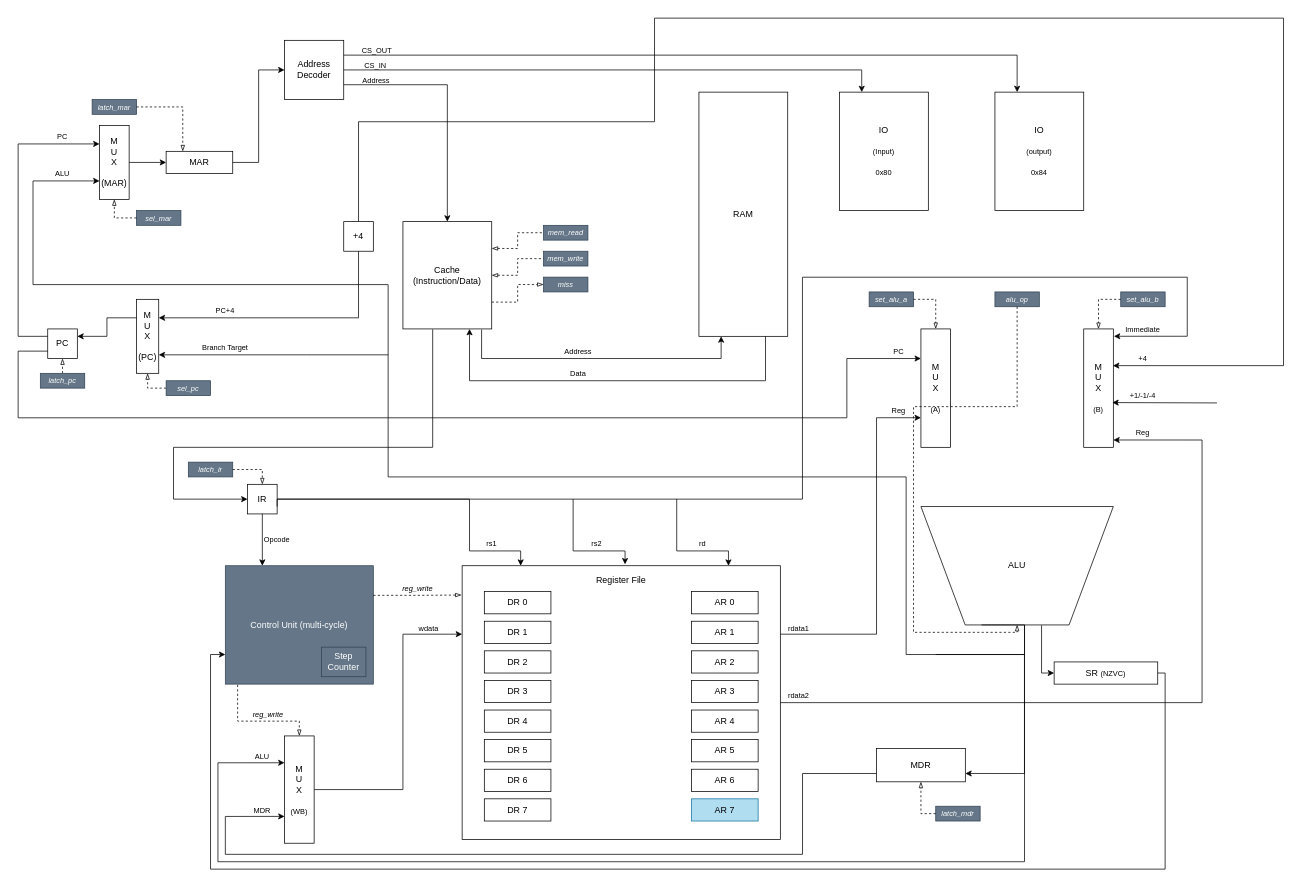
This is m68k_neum_cache.drawio from tetraminomusic/ak_lab3_scheme, a draw.io file, before an edit. Source tidied: cells renumbered, new cells numbered last; positions are measured from the earlier drawing's top-left corner, leaving out a move shared by most shapes. Both pictures are drawn from the tidied source at 74%, with x=0, y=0 at pixel (18, 18).
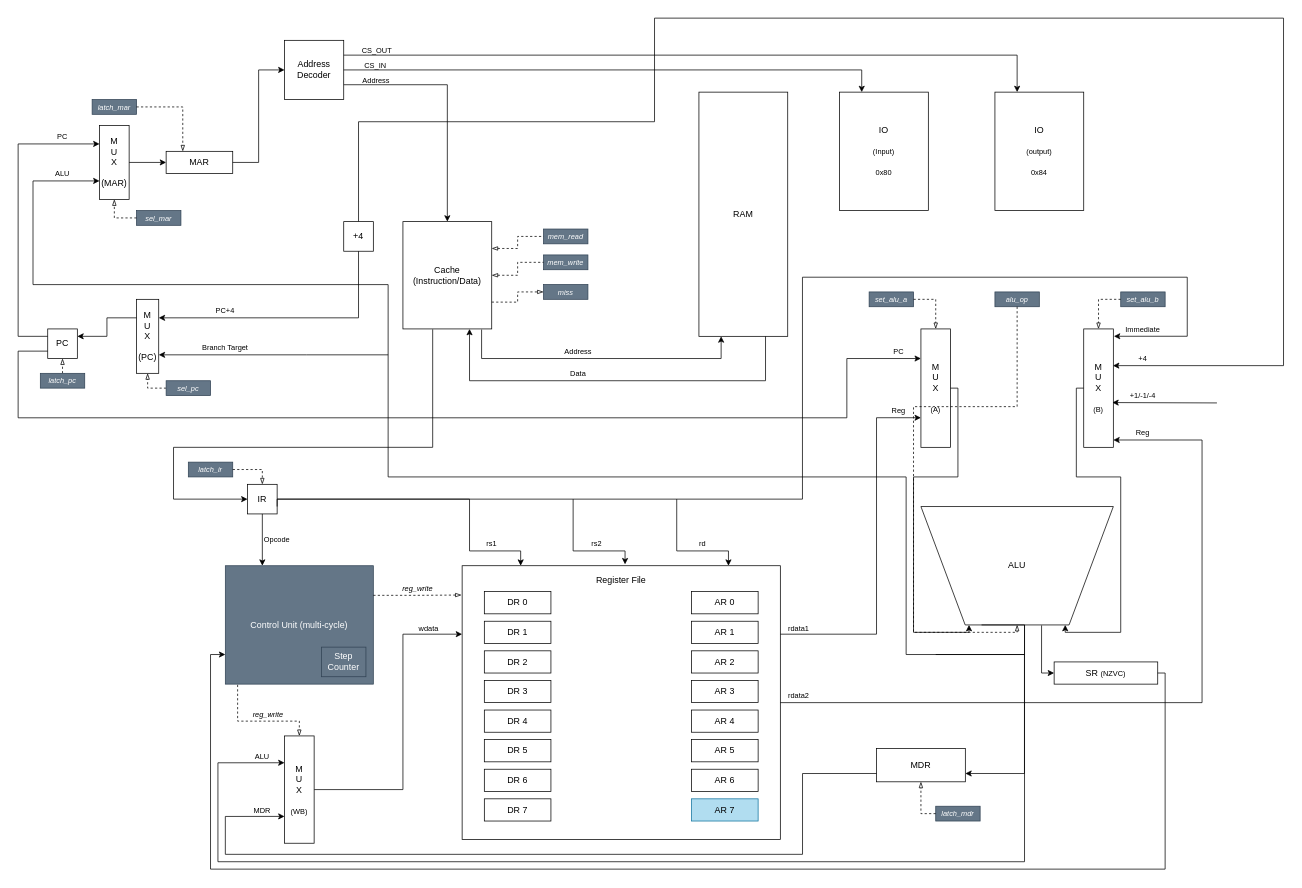
The same page after the edit.

Unchanged cells that the change refers to:
```xml
<mxCell id="3" value="ALU" style="verticalLabelPosition=middle;verticalAlign=middle;html=1;shape=trapezoid;perimeter=trapezoidPerimeter;whiteSpace=wrap;size=0.23;arcSize=10;flipV=1;labelPosition=center;align=center;legacyAnchorPoints=0;" parent="1" vertex="1">
  <mxGeometry x="1220" y="660" width="260" height="160" as="geometry" />
</mxCell>
<mxCell id="86" value="M&lt;div&gt;U&lt;/div&gt;&lt;div&gt;X&lt;/div&gt;&lt;div&gt;&lt;br&gt;&lt;/div&gt;&lt;div&gt;&lt;font style=&quot;font-size: 10px;&quot;&gt;(A)&lt;/font&gt;&lt;/div&gt;" style="rounded=0;whiteSpace=wrap;html=1;" parent="1" vertex="1">
  <mxGeometry x="1220" y="420" width="40" height="160" as="geometry" />
</mxCell>
<mxCell id="87" value="M&lt;div&gt;U&lt;/div&gt;&lt;div&gt;X&lt;/div&gt;&lt;div&gt;&lt;br&gt;&lt;/div&gt;&lt;div&gt;&lt;font style=&quot;font-size: 10px;&quot;&gt;(B)&lt;/font&gt;&lt;/div&gt;" style="rounded=0;whiteSpace=wrap;html=1;" parent="1" vertex="1">
  <mxGeometry x="1440" y="420" width="40" height="160" as="geometry" />
</mxCell>
```

Change to the diagram source:
```diff
@@
     <mxCell id="23" value="&lt;font style=&quot;font-size: 10px;&quot;&gt;&lt;i&gt;mem_read&lt;/i&gt;&lt;/font&gt;" style="rounded=0;whiteSpace=wrap;html=1;fillColor=#647687;fontColor=#ffffff;strokeColor=#314354;" parent="1" vertex="1">
-      <mxGeometry x="710" y="280" width="60" height="20" as="geometry" />
+      <mxGeometry x="710" y="285" width="60" height="20" as="geometry" />
     </mxCell>
     <mxCell id="24" value="&lt;font style=&quot;font-size: 10px;&quot;&gt;&lt;i&gt;mem_write&lt;/i&gt;&lt;/font&gt;" style="rounded=0;whiteSpace=wrap;html=1;fillColor=#647687;fontColor=#ffffff;strokeColor=#314354;" parent="1" vertex="1">
-      <mxGeometry x="710" y="315" width="60" height="20" as="geometry" />
+      <mxGeometry x="710" y="320" width="60" height="20" as="geometry" />
     </mxCell>
@@
     <mxCell id="27" value="&lt;font style=&quot;font-size: 10px;&quot;&gt;&lt;i&gt;miss&lt;/i&gt;&lt;/font&gt;" style="rounded=0;whiteSpace=wrap;html=1;fillColor=#647687;fontColor=#ffffff;strokeColor=#314354;" parent="1" vertex="1">
-      <mxGeometry x="710" y="350" width="60" height="20" as="geometry" />
+      <mxGeometry x="710" y="360" width="60" height="20" as="geometry" />
     </mxCell>
@@
+    <mxCell id="123" style="endArrow=classic;html=1;rounded=0;exitX=1;exitY=0.5;exitDx=0;exitDy=0;entryX=0.25;entryY=1;entryDx=0;entryDy=0;edgeStyle=orthogonalEdgeStyle;" parent="1" edge="1" source="86" target="3">
+      <mxGeometry relative="1" as="geometry" />
+    </mxCell>
+    <mxCell id="124" style="endArrow=classic;html=1;rounded=0;exitX=0;exitY=0.5;exitDx=0;exitDy=0;entryX=0.75;entryY=1;entryDx=0;entryDy=0;edgeStyle=orthogonalEdgeStyle;" parent="1" edge="1" source="87" target="3">
+      <mxGeometry relative="1" as="geometry" />
+    </mxCell>
```
